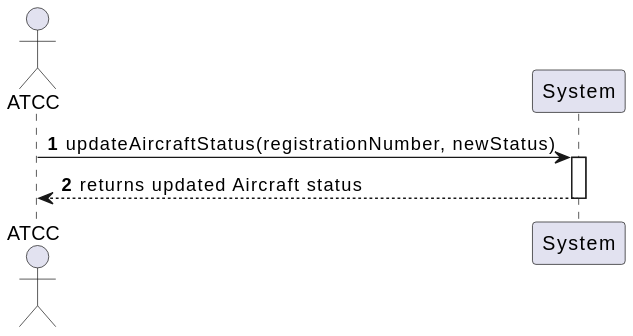
The PlantUML diagram docs/system-documentation/use-cases/WP1A/US105/svg/ssd_us105.svg in VascoMagolo/psoft_1231562_1241692_1242036_2db, before a commit. Its diagram source:
```plantuml
@startuml
autonumber
actor "ATCC" as ATCC
participant "System" as Sys

ATCC -> Sys : updateAircraftStatus(registrationNumber, newStatus)
activate Sys
Sys --> ATCC : returns updated Aircraft status
deactivate Sys
@enduml
```
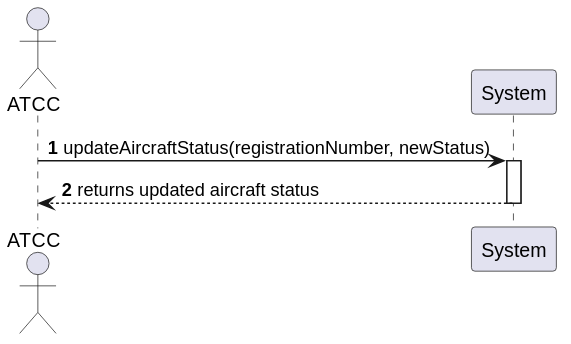
The same file after the commit.

Change to the diagram source:
```diff
@@ -1,10 +1,9 @@
 @startuml
 autonumber
-actor "ATCC" as ATCC
+actor "ATCC" as Actor
 participant "System" as Sys
-
-ATCC -> Sys : updateAircraftStatus(registrationNumber, newStatus)
+Actor -> Sys : updateAircraftStatus(registrationNumber, newStatus)
 activate Sys
-Sys --> ATCC : returns updated Aircraft status
+Sys --> Actor : returns updated aircraft status
 deactivate Sys
 @enduml
```
